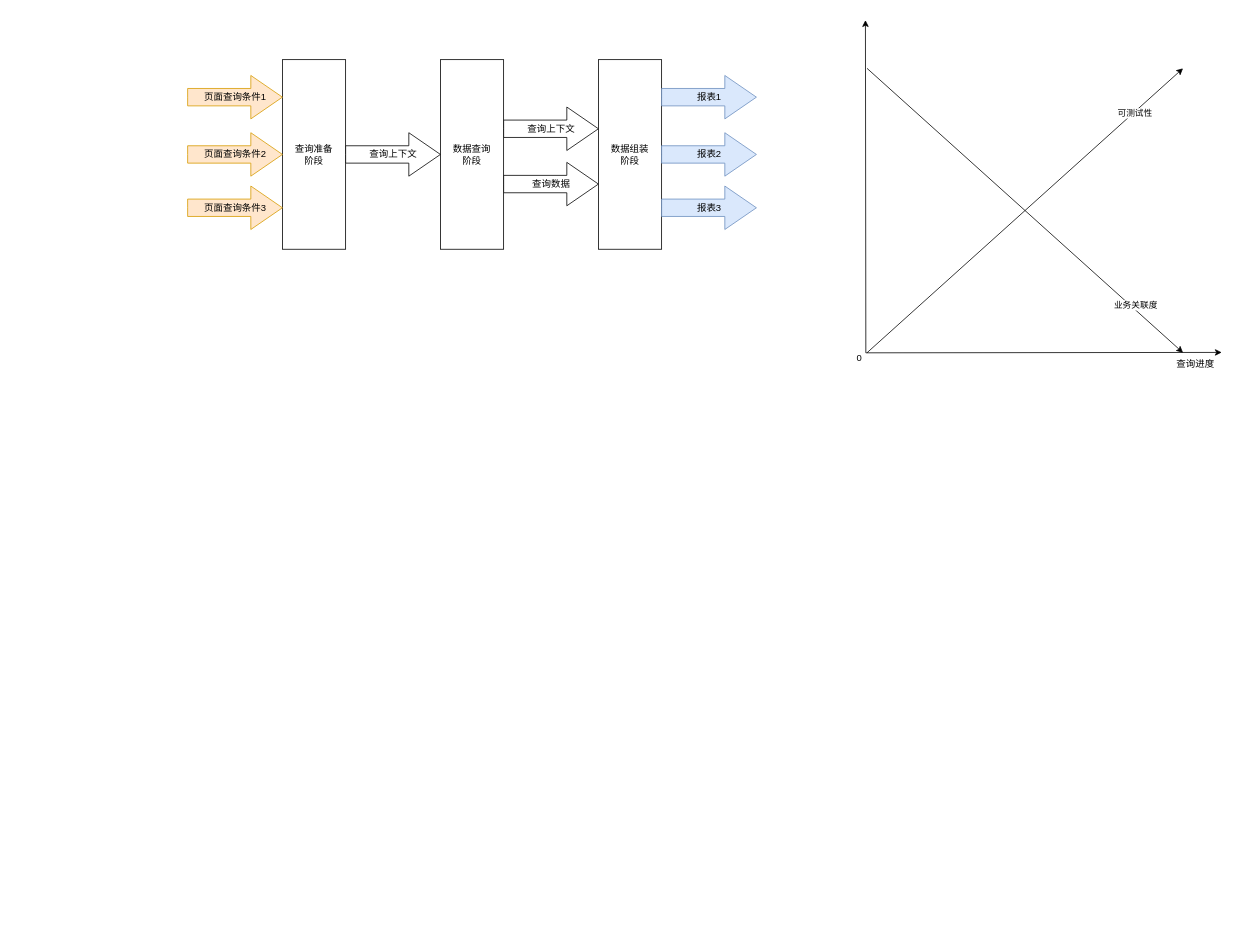
The draw.io diagram award.drawio in Timothyliao/diagramsRepo, before the edit. Source tidied: cells renumbered, new cells numbered last; positions are measured from the earlier drawing's top-left corner, leaving out a move shared by most shapes. Both pictures are drawn from the tidied source at 79%, with x=0, y=0 at pixel (187, 20).
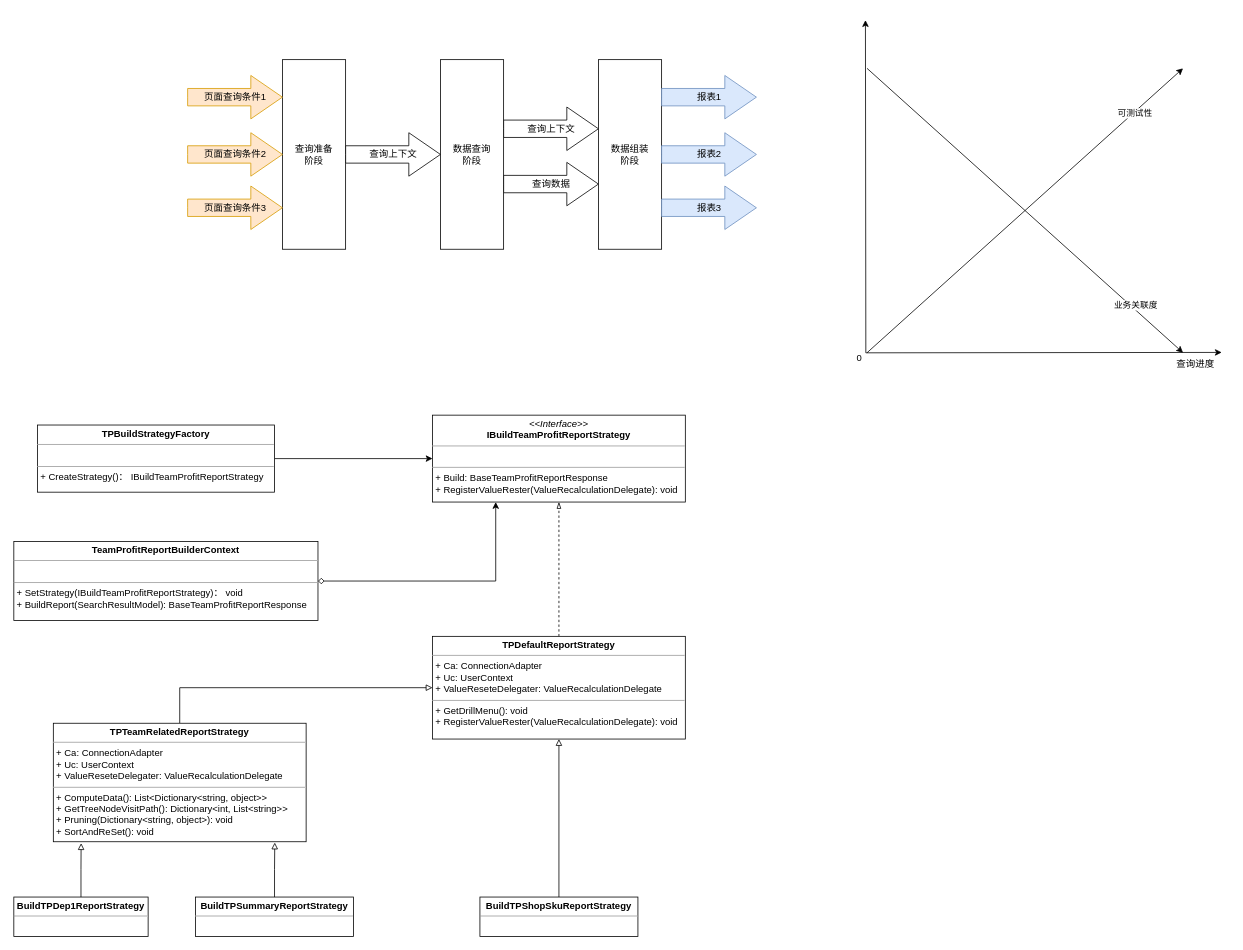
Above is the later version.

Diff of the diagram source:
```diff
@@
+    <mxCell id="21" value="&lt;p style=&quot;margin:0px;margin-top:4px;text-align:center;&quot;&gt;&lt;i&gt;&amp;lt;&amp;lt;Interface&amp;gt;&amp;gt;&lt;/i&gt;&lt;br&gt;&lt;b&gt;IBuildTeamProfitReportStrategy&lt;/b&gt;&lt;br&gt;&lt;/p&gt;&lt;hr size=&quot;1&quot;&gt;&lt;p style=&quot;margin:0px;margin-left:4px;&quot;&gt;&lt;br&gt;&lt;/p&gt;&lt;hr size=&quot;1&quot;&gt;&lt;p style=&quot;margin:0px;margin-left:4px;&quot;&gt;+ Build: BaseTeamProfitReportResponse&lt;br&gt;+ RegisterValueRester(ValueRecalculationDelegate): void&lt;/p&gt;" style="verticalAlign=top;align=left;overflow=fill;fontSize=12;fontFamily=Helvetica;html=1;whiteSpace=wrap;" parent="1" vertex="1">
+      <mxGeometry x="310" y="500" width="320" height="110" as="geometry" />
+    </mxCell>
+    <mxCell id="22" style="edgeStyle=orthogonalEdgeStyle;rounded=0;jettySize=auto;html=1;entryX=0.5;entryY=1;entryDx=0;entryDy=0;endArrow=blockThin;endFill=0;dashed=1;" parent="1" edge="1" source="23" target="21">
+      <mxGeometry relative="1" as="geometry" />
+    </mxCell>
+    <mxCell id="23" value="&lt;p style=&quot;margin:0px;margin-top:4px;text-align:center;&quot;&gt;&lt;b&gt;TPDefaultReportStrategy&lt;/b&gt;&lt;br&gt;&lt;/p&gt;&lt;hr size=&quot;1&quot;&gt;&lt;p style=&quot;margin:0px;margin-left:4px;&quot;&gt;+ Ca: ConnectionAdapter&lt;/p&gt;&lt;p style=&quot;margin:0px;margin-left:4px;&quot;&gt;+&amp;nbsp;Uc:&amp;nbsp;UserContext&lt;/p&gt;&lt;p style=&quot;margin:0px;margin-left:4px;&quot;&gt;+&amp;nbsp;ValueReseteDelegater: ValueRecalculationDelegate&lt;/p&gt;&lt;hr size=&quot;1&quot;&gt;&lt;p style=&quot;margin:0px;margin-left:4px;&quot;&gt;+ GetDrillMenu(): void&lt;/p&gt;&lt;p style=&quot;margin:0px;margin-left:4px;&quot;&gt;+ RegisterValueRester(ValueRecalculationDelegate): void&lt;/p&gt;&lt;p style=&quot;margin:0px;margin-left:4px;&quot;&gt;&lt;/p&gt;" style="verticalAlign=top;align=left;overflow=fill;fontSize=12;fontFamily=Helvetica;html=1;whiteSpace=wrap;" parent="1" vertex="1">
+      <mxGeometry x="310" y="780" width="320" height="130" as="geometry" />
+    </mxCell>
+    <mxCell id="24" style="edgeStyle=orthogonalEdgeStyle;rounded=0;jettySize=auto;html=1;entryX=0;entryY=0.5;entryDx=0;entryDy=0;exitX=0.5;exitY=0;exitDx=0;exitDy=0;endArrow=block;endFill=0;" parent="1" edge="1" source="25" target="23">
+      <mxGeometry relative="1" as="geometry" />
+    </mxCell>
+    <mxCell id="25" value="&lt;p style=&quot;margin:0px;margin-top:4px;text-align:center;&quot;&gt;&lt;b&gt;TPTeamRelatedReportStrategy&lt;/b&gt;&lt;br&gt;&lt;/p&gt;&lt;hr size=&quot;1&quot;&gt;&lt;p style=&quot;margin:0px;margin-left:4px;&quot;&gt;+ Ca: ConnectionAdapter&lt;/p&gt;&lt;p style=&quot;margin:0px;margin-left:4px;&quot;&gt;+&amp;nbsp;Uc:&amp;nbsp;UserContext&lt;/p&gt;&lt;p style=&quot;margin:0px;margin-left:4px;&quot;&gt;+&amp;nbsp;ValueReseteDelegater: ValueRecalculationDelegate&lt;/p&gt;&lt;hr size=&quot;1&quot;&gt;&lt;p style=&quot;margin:0px;margin-left:4px;&quot;&gt;+ ComputeData(): List&amp;lt;Dictionary&amp;lt;string, object&amp;gt;&amp;gt;&lt;/p&gt;&lt;p style=&quot;margin:0px;margin-left:4px;&quot;&gt;+ GetTreeNodeVisitPath(): Dictionary&amp;lt;int, List&amp;lt;string&amp;gt;&amp;gt;&lt;/p&gt;&lt;p style=&quot;margin:0px;margin-left:4px;&quot;&gt;+&amp;nbsp;Pruning(Dictionary&amp;lt;string, object&amp;gt;): void&lt;/p&gt;&lt;p style=&quot;margin:0px;margin-left:4px;&quot;&gt;+&amp;nbsp;SortAndReSet(): void&lt;/p&gt;&lt;p style=&quot;margin:0px;margin-left:4px;&quot;&gt;&lt;/p&gt;" style="verticalAlign=top;align=left;overflow=fill;fontSize=12;fontFamily=Helvetica;html=1;whiteSpace=wrap;" parent="1" vertex="1">
+      <mxGeometry x="-170" y="890" width="320" height="150" as="geometry" />
+    </mxCell>
+    <mxCell id="26" value="&lt;p style=&quot;margin:0px;margin-top:4px;text-align:center;&quot;&gt;&lt;b&gt;BuildTPDep1ReportStrategy&lt;/b&gt;&lt;br&gt;&lt;/p&gt;&lt;hr size=&quot;1&quot;&gt;&lt;div style=&quot;height:2px;&quot;&gt;&lt;/div&gt;" style="verticalAlign=top;align=left;overflow=fill;fontSize=12;fontFamily=Helvetica;html=1;whiteSpace=wrap;" parent="1" vertex="1">
+      <mxGeometry x="-220" y="1110" width="170" height="50" as="geometry" />
+    </mxCell>
+    <mxCell id="27" value="&lt;p style=&quot;margin:0px;margin-top:4px;text-align:center;&quot;&gt;&lt;b&gt;BuildTPSummaryReportStrategy&lt;/b&gt;&lt;br&gt;&lt;/p&gt;&lt;hr size=&quot;1&quot;&gt;&lt;div style=&quot;height:2px;&quot;&gt;&lt;/div&gt;" style="verticalAlign=top;align=left;overflow=fill;fontSize=12;fontFamily=Helvetica;html=1;whiteSpace=wrap;" parent="1" vertex="1">
+      <mxGeometry x="10" y="1110" width="200" height="50" as="geometry" />
+    </mxCell>
+    <mxCell id="28" style="edgeStyle=orthogonalEdgeStyle;rounded=0;jettySize=auto;html=1;entryX=0.5;entryY=1;entryDx=0;entryDy=0;endArrow=block;endFill=0;" parent="1" edge="1" source="29" target="23">
+      <mxGeometry relative="1" as="geometry" />
+    </mxCell>
+    <mxCell id="29" value="&lt;p style=&quot;margin:0px;margin-top:4px;text-align:center;&quot;&gt;&lt;b&gt;BuildTPShopSkuReportStrategy&lt;/b&gt;&lt;br&gt;&lt;/p&gt;&lt;hr size=&quot;1&quot;&gt;&lt;div style=&quot;height:2px;&quot;&gt;&lt;/div&gt;" style="verticalAlign=top;align=left;overflow=fill;fontSize=12;fontFamily=Helvetica;html=1;whiteSpace=wrap;" parent="1" vertex="1">
+      <mxGeometry x="370" y="1110" width="200" height="50" as="geometry" />
+    </mxCell>
+    <mxCell id="30" style="edgeStyle=orthogonalEdgeStyle;rounded=0;jettySize=auto;html=1;entryX=0.11;entryY=1.012;entryDx=0;entryDy=0;entryPerimeter=0;endArrow=block;endFill=0;" parent="1" edge="1" source="26" target="25">
+      <mxGeometry relative="1" as="geometry" />
+    </mxCell>
+    <mxCell id="31" style="edgeStyle=orthogonalEdgeStyle;rounded=0;jettySize=auto;html=1;entryX=0.876;entryY=1.007;entryDx=0;entryDy=0;entryPerimeter=0;endArrow=block;endFill=0;" parent="1" edge="1" source="27" target="25">
+      <mxGeometry relative="1" as="geometry" />
+    </mxCell>
+    <mxCell id="32" style="edgeStyle=orthogonalEdgeStyle;rounded=0;jettySize=auto;html=1;entryX=0.25;entryY=1;entryDx=0;entryDy=0;startArrow=diamond;startFill=0;exitX=1;exitY=0.5;exitDx=0;exitDy=0;" parent="1" edge="1" source="33" target="21">
+      <mxGeometry relative="1" as="geometry" />
+    </mxCell>
+    <mxCell id="33" value="&lt;p style=&quot;margin:0px;margin-top:4px;text-align:center;&quot;&gt;&lt;b&gt;TeamProfitReportBuilderContext&lt;/b&gt;&lt;br&gt;&lt;/p&gt;&lt;hr size=&quot;1&quot;&gt;&lt;p style=&quot;margin:0px;margin-left:4px;&quot;&gt;&lt;br&gt;&lt;/p&gt;&lt;hr size=&quot;1&quot;&gt;&lt;p style=&quot;margin:0px;margin-left:4px;&quot;&gt;+ SetStrategy(IBuildTeamProfitReportStrategy)： void&lt;/p&gt;&lt;p style=&quot;margin:0px;margin-left:4px;&quot;&gt;+&amp;nbsp;BuildReport(SearchResultModel):&amp;nbsp;BaseTeamProfitReportResponse&lt;/p&gt;" style="verticalAlign=top;align=left;overflow=fill;fontSize=12;fontFamily=Helvetica;html=1;whiteSpace=wrap;" parent="1" vertex="1">
+      <mxGeometry x="-220" y="660" width="385" height="100" as="geometry" />
+    </mxCell>
+    <mxCell id="34" style="edgeStyle=orthogonalEdgeStyle;rounded=0;jettySize=auto;html=1;entryX=0;entryY=0.5;entryDx=0;entryDy=0;" parent="1" edge="1" source="35" target="21">
+      <mxGeometry relative="1" as="geometry" />
+    </mxCell>
+    <mxCell id="35" value="&lt;p style=&quot;margin:0px;margin-top:4px;text-align:center;&quot;&gt;&lt;b&gt;TPBuildStrategyFactory&lt;/b&gt;&lt;br&gt;&lt;/p&gt;&lt;hr size=&quot;1&quot;&gt;&lt;p style=&quot;margin:0px;margin-left:4px;&quot;&gt;&lt;br&gt;&lt;/p&gt;&lt;hr size=&quot;1&quot;&gt;&lt;p style=&quot;margin:0px;margin-left:4px;&quot;&gt;+ CreateStrategy()： IBuildTeamProfitReportStrategy&lt;/p&gt;" style="verticalAlign=top;align=left;overflow=fill;fontSize=12;fontFamily=Helvetica;html=1;whiteSpace=wrap;" parent="1" vertex="1">
+      <mxGeometry x="-190" y="512.5" width="300" height="85" as="geometry" />
+    </mxCell>
```
